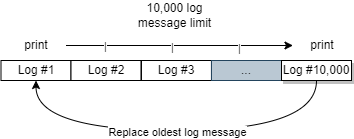
Above: docs/report/images/logging.png in ZOulhadj/vmve (draw.io), before the change. Source tidied: cells renumbered, new cells last; positions are measured from the earlier drawing's top-left corner, leaving out a move shared by most shapes.
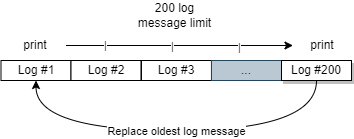
The same diagram one commit later.

Diff of the diagram source:
```diff
@@ -14,10 +14,10 @@
     <mxCell id="5" value="..." style="rounded=0;whiteSpace=wrap;html=1;labelBorderColor=none;strokeWidth=1;strokeColor=#23445d;fillColor=#bac8d3;shadow=0;glass=0;" parent="1" vertex="1">
       <mxGeometry x="210" y="60" width="70" height="20" as="geometry" />
     </mxCell>
-    <mxCell id="6" value="Log #10,000" style="rounded=0;whiteSpace=wrap;html=1;labelBorderColor=none;strokeWidth=1;strokeColor=default;shadow=1;" parent="1" vertex="1">
+    <mxCell id="6" value="Log #200" style="rounded=0;whiteSpace=wrap;html=1;labelBorderColor=none;strokeWidth=1;strokeColor=default;shadow=1;" parent="1" vertex="1">
       <mxGeometry x="280" y="60" width="70" height="20" as="geometry" />
     </mxCell>
-    <mxCell id="7" value="10,000 log message limit" style="text;html=1;strokeColor=none;fillColor=none;align=center;verticalAlign=middle;whiteSpace=wrap;rounded=0;" parent="1" vertex="1">
+    <mxCell id="7" value="200 log message limit" style="text;html=1;strokeColor=none;fillColor=none;align=center;verticalAlign=middle;whiteSpace=wrap;rounded=0;" parent="1" vertex="1">
       <mxGeometry x="127" width="93" height="30" as="geometry" />
     </mxCell>
     <mxCell id="8" style="endArrow=classic;html=1;rounded=0;exitX=0.5;exitY=1;exitDx=0;exitDy=0;edgeStyle=orthogonalEdgeStyle;entryX=0.5;entryY=1;entryDx=0;entryDy=0;curved=1;" parent="1" edge="1" source="6" target="2">
```
